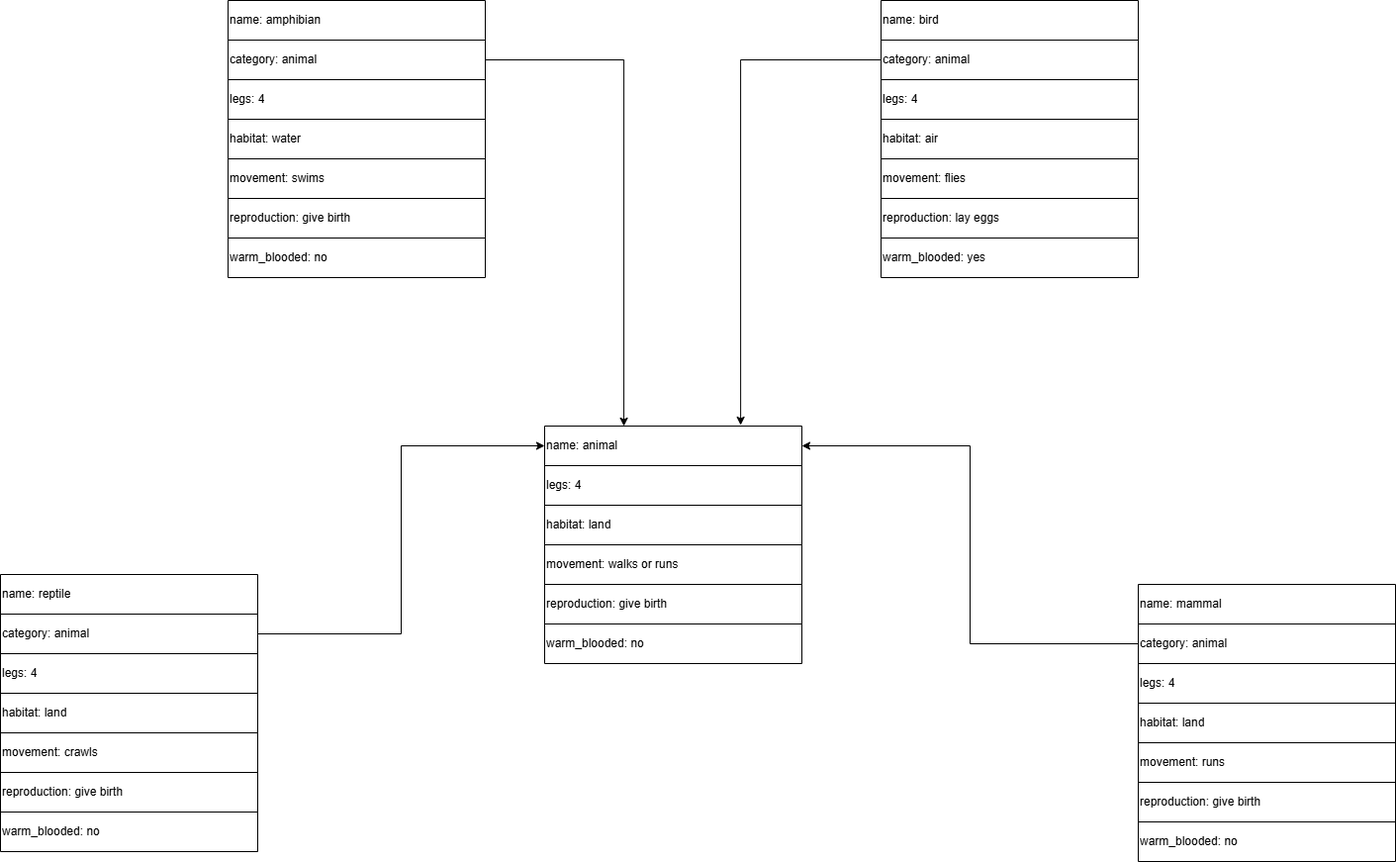
another4433/another4433 keeps this draw.io diagram as Intelligent System/myFrame.drawio.png. Above is the earlier version. Source tidied: cells renumbered, new cells last; positions are measured from the earlier drawing's top-left corner, leaving out a move shared by most shapes.
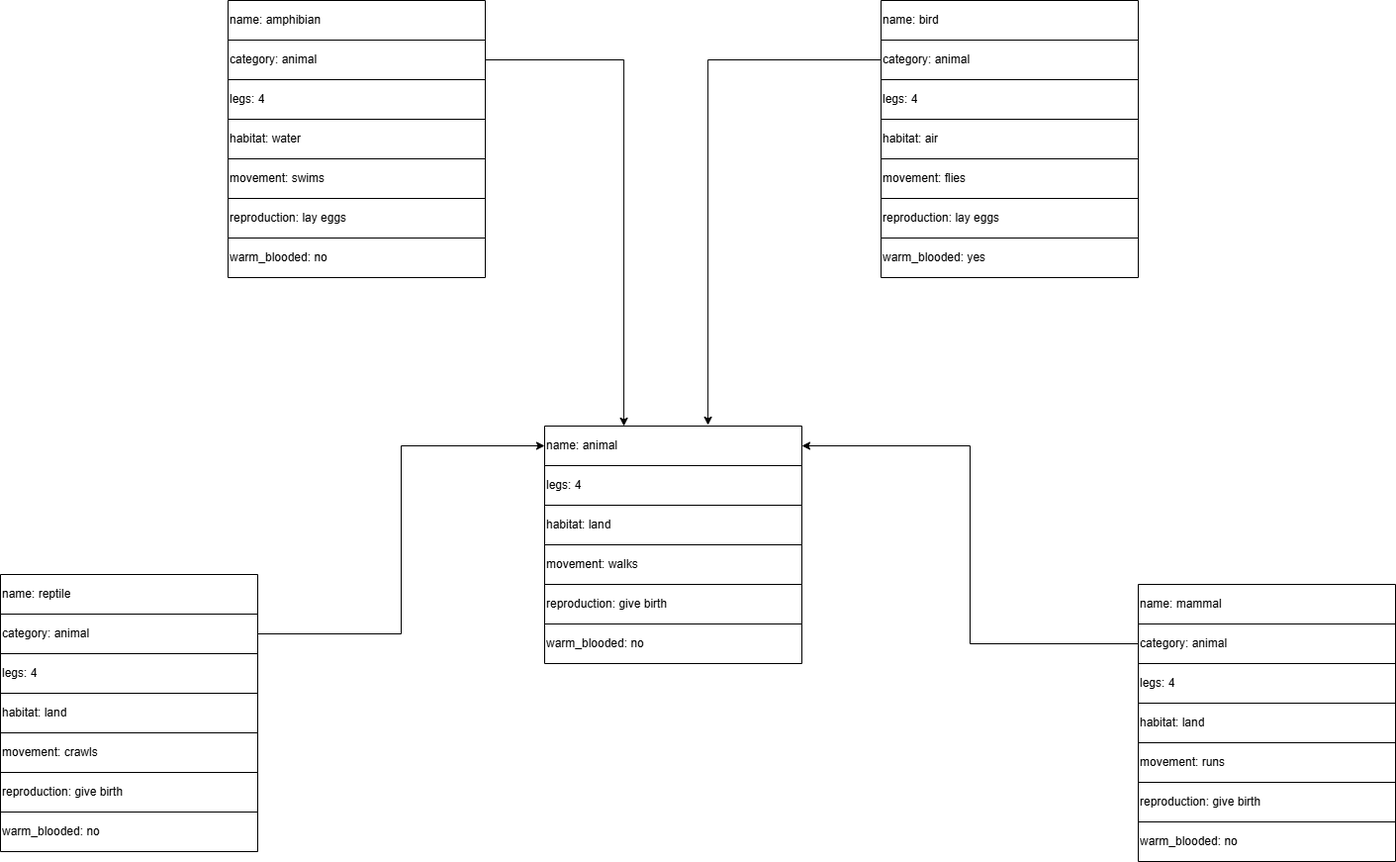
Above is the later version.

Change to the diagram source:
```diff
@@ -26,7 +26,7 @@
     <mxCell id="9" style="shape=tableRow;horizontal=0;startSize=0;swimlaneHead=0;swimlaneBody=0;strokeColor=inherit;top=0;left=0;bottom=0;right=0;fillColor=none;" parent="2" vertex="1">
       <mxGeometry y="120" width="260" height="40" as="geometry" />
     </mxCell>
-    <mxCell id="10" value="movement: walks or runs" style="shape=partialRectangle;html=1;whiteSpace=wrap;strokeColor=inherit;overflow=hidden;fillColor=none;top=0;left=0;bottom=0;right=0;align=left;" parent="9" vertex="1">
+    <mxCell id="10" value="movement: walks" style="shape=partialRectangle;html=1;whiteSpace=wrap;strokeColor=inherit;overflow=hidden;fillColor=none;top=0;left=0;bottom=0;right=0;align=left;" parent="9" vertex="1">
       <mxGeometry width="260" height="40" as="geometry" />
     </mxCell>
     <mxCell id="11" style="shape=tableRow;horizontal=0;startSize=0;swimlaneHead=0;swimlaneBody=0;strokeColor=inherit;top=0;left=0;bottom=0;right=0;fillColor=none;" parent="2" vertex="1">
@@ -182,7 +182,7 @@
     <mxCell id="61" value="warm_blooded: yes" style="shape=partialRectangle;html=1;whiteSpace=wrap;strokeColor=inherit;overflow=hidden;fillColor=none;top=0;left=0;bottom=0;right=0;align=left;" parent="60" vertex="1">
       <mxGeometry width="260" height="40" as="geometry" />
     </mxCell>
-    <mxCell id="62" style="edgeStyle=orthogonalEdgeStyle;rounded=0;jettySize=auto;html=1;entryX=0.762;entryY=-0.025;entryDx=0;entryDy=0;entryPerimeter=0;" parent="1" edge="1" source="50" target="3">
+    <mxCell id="62" style="edgeStyle=orthogonalEdgeStyle;rounded=0;jettySize=auto;html=1;entryX=0.635;entryY=-0.025;entryDx=0;entryDy=0;entryPerimeter=0;" parent="1" edge="1" source="50" target="3">
       <mxGeometry relative="1" as="geometry" />
     </mxCell>
     <mxCell id="63" style="shape=table;startSize=0;" parent="1" vertex="1">
@@ -221,7 +221,7 @@
     <mxCell id="74" style="shape=tableRow;horizontal=0;startSize=0;swimlaneHead=0;swimlaneBody=0;strokeColor=inherit;top=0;left=0;bottom=0;right=0;fillColor=none;" parent="63" vertex="1">
       <mxGeometry y="200" width="260" height="40" as="geometry" />
     </mxCell>
-    <mxCell id="75" value="reproduction: give birth" style="shape=partialRectangle;html=1;whiteSpace=wrap;strokeColor=inherit;overflow=hidden;fillColor=none;top=0;left=0;bottom=0;right=0;align=left;" parent="74" vertex="1">
+    <mxCell id="75" value="reproduction: lay eggs" style="shape=partialRectangle;html=1;whiteSpace=wrap;strokeColor=inherit;overflow=hidden;fillColor=none;top=0;left=0;bottom=0;right=0;align=left;" parent="74" vertex="1">
       <mxGeometry width="260" height="40" as="geometry" />
     </mxCell>
     <mxCell id="76" style="shape=tableRow;horizontal=0;startSize=0;swimlaneHead=0;swimlaneBody=0;strokeColor=inherit;top=0;left=0;bottom=0;right=0;fillColor=none;" parent="63" vertex="1">
```
